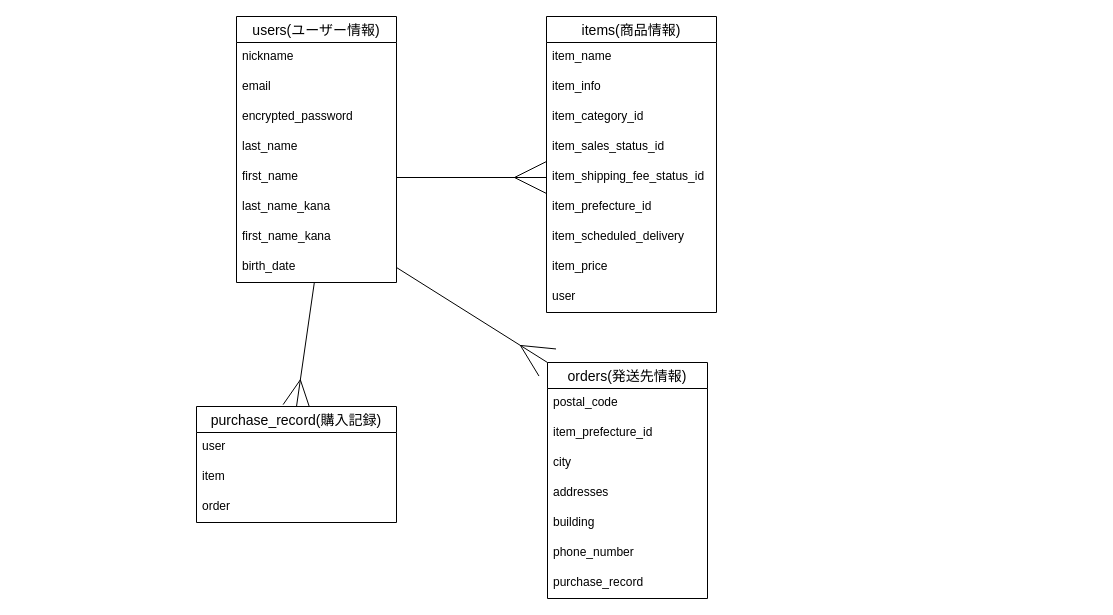
Earlier version of the draw.io diagram er.dio (tomotomotom/furima-41770). Source tidied: cells renumbered, new cells numbered last; positions are measured from the earlier drawing's top-left corner, leaving out a move shared by most shapes. Both pictures are drawn from the tidied source at 100%, with x=0, y=0 at pixel (196, 16).
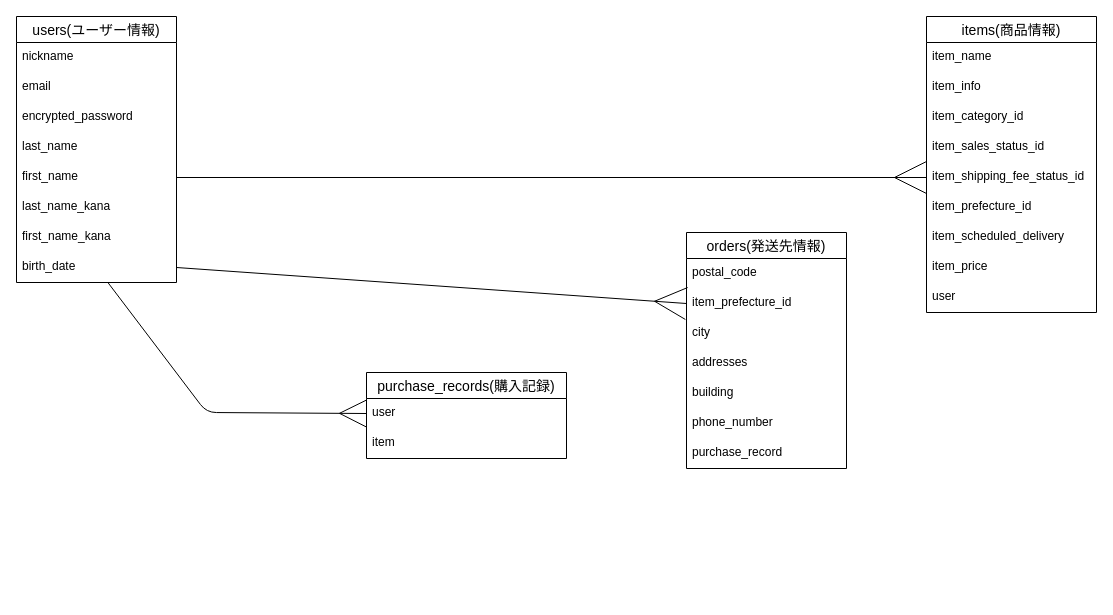
The same page after the edit.

The change refers to these unchanged cells:
```xml
<mxCell id="10" value="birth_date" style="text;strokeColor=none;fillColor=none;spacingLeft=4;spacingRight=4;overflow=hidden;points=[[0,0.5],[1,0.5]];portConstraint=eastwest;fontSize=12;strokeWidth=1;" parent="2" vertex="1">
  <mxGeometry y="236" width="160" height="30" as="geometry" />
</mxCell>
<mxCell id="23" value="item_prefecture_id" style="text;strokeColor=none;fillColor=none;spacingLeft=4;spacingRight=4;overflow=hidden;points=[[0,0.5],[1,0.5]];portConstraint=eastwest;fontSize=12;strokeWidth=1;" parent="21" vertex="1">
  <mxGeometry y="56" width="160" height="30" as="geometry" />
</mxCell>
<mxCell id="31" value="user" style="text;strokeColor=none;fillColor=none;spacingLeft=4;spacingRight=4;overflow=hidden;points=[[0,0.5],[1,0.5]];portConstraint=eastwest;fontSize=12;strokeWidth=1;" parent="30" vertex="1">
  <mxGeometry y="26" width="200" height="30" as="geometry" />
</mxCell>
```

Diff of the diagram source:
```diff
@@
     <mxCell id="2" value="users(ユーザー情報)" style="swimlane;fontStyle=0;horizontal=1;startSize=26;align=center;fontSize=14;strokeWidth=1;" parent="1" vertex="1">
-      <mxGeometry x="40" width="160" height="266" as="geometry" />
+      <mxGeometry x="-180" width="160" height="266" as="geometry" />
     </mxCell>
@@
     <mxCell id="11" value="items(商品情報)" style="swimlane;fontStyle=0;horizontal=1;startSize=26;align=center;fontSize=14;strokeWidth=1;" parent="1" vertex="1">
-      <mxGeometry x="350" width="170" height="296" as="geometry" />
+      <mxGeometry x="730" width="170" height="296" as="geometry" />
     </mxCell>
@@
     <mxCell id="21" value="orders(発送先情報)" style="swimlane;fontStyle=0;horizontal=1;startSize=26;align=center;fontSize=14;strokeWidth=1;" parent="1" vertex="1">
-      <mxGeometry x="351" y="346" width="160" height="236" as="geometry" />
+      <mxGeometry x="490" y="216" width="160" height="236" as="geometry" />
     </mxCell>
@@
-    <mxCell id="29" style="edgeStyle=none;jumpSize=13;html=1;exitX=0.5;exitY=0;exitDx=0;exitDy=0;strokeWidth=1;startArrow=ERmany;startFill=0;endArrow=none;endFill=0;startSize=25;sourcePerimeterSpacing=0;" parent="1" edge="1" source="30" target="10">
-      <mxGeometry relative="1" as="geometry" />
+    <mxCell id="29" style="edgeStyle=none;jumpSize=13;html=1;exitX=0;exitY=0.5;exitDx=0;exitDy=0;strokeWidth=1;startArrow=ERmany;startFill=0;endArrow=none;endFill=0;startSize=25;sourcePerimeterSpacing=0;" parent="1" edge="1" source="31" target="10">
+      <mxGeometry relative="1" as="geometry">
+        <Array as="points">
+          <mxPoint x="10" y="396" />
+        </Array>
+      </mxGeometry>
     </mxCell>
-    <mxCell id="30" value="purchase_record(購入記録)" style="swimlane;fontStyle=0;horizontal=1;startSize=26;align=center;fontSize=14;strokeWidth=1;" parent="1" vertex="1">
-      <mxGeometry y="390" width="200" height="116" as="geometry" />
+    <mxCell id="30" value="purchase_records(購入記録)" style="swimlane;fontStyle=0;horizontal=1;startSize=26;align=center;fontSize=14;strokeWidth=1;" parent="1" vertex="1">
+      <mxGeometry x="170" y="356" width="200" height="86" as="geometry" />
     </mxCell>
@@
-    <mxCell id="33" value="order" style="text;strokeColor=none;fillColor=none;spacingLeft=4;spacingRight=4;overflow=hidden;fontSize=12;strokeWidth=1;" parent="30" vertex="1">
-      <mxGeometry y="86" width="200" height="30" as="geometry" />
-    </mxCell>
@@
-    <mxCell id="35" style="edgeStyle=none;html=1;exitX=1;exitY=0.5;exitDx=0;exitDy=0;entryX=0;entryY=0;entryDx=0;entryDy=0;startArrow=none;startFill=0;endArrow=ERmany;endFill=0;endSize=30;" parent="1" edge="1" source="10" target="21">
+    <mxCell id="35" style="edgeStyle=none;html=1;exitX=1;exitY=0.5;exitDx=0;exitDy=0;entryX=0;entryY=0.5;entryDx=0;entryDy=0;startArrow=none;startFill=0;endArrow=ERmany;endFill=0;endSize=30;" parent="1" edge="1" source="10" target="23">
       <mxGeometry relative="1" as="geometry" />
     </mxCell>
```
